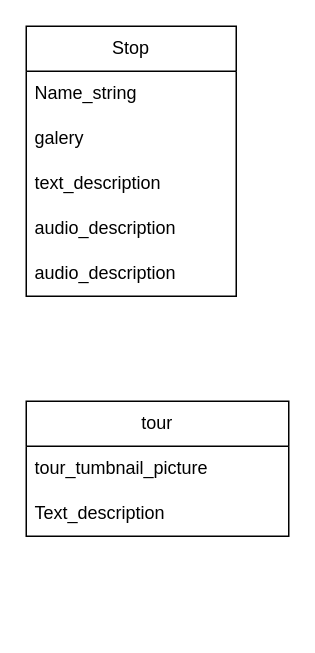
Earlier version of the draw.io diagram Program documentation description/class_diagram.dio (MateoCorDuarte/Happy_Walking_Tour_App). Source tidied: cells renumbered, new cells numbered last; positions are measured from the earlier drawing's top-left corner, leaving out a move shared by most shapes. Both pictures are drawn from the tidied source at 150%, with x=0, y=0 at pixel (26, 26).
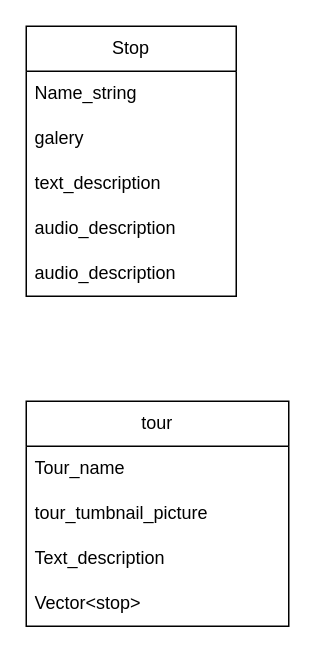
Above is the later version.

Change to the diagram source:
```diff
@@
 <mxGraphModel>
   <root>
     <mxCell id="0" />
     <mxCell id="1" parent="0" />
     <mxCell id="2" value="Stop" style="swimlane;fontStyle=0;horizontal=1;startSize=30;whiteSpace=wrap;html=1;" parent="1" vertex="1">
       <mxGeometry width="140" height="180" as="geometry" />
     </mxCell>
     <mxCell id="3" value="Name_string" style="text;strokeColor=none;fillColor=none;align=left;verticalAlign=middle;spacingLeft=4;spacingRight=4;overflow=hidden;whiteSpace=wrap;html=1;" parent="2" vertex="1">
       <mxGeometry y="30" width="140" height="30" as="geometry" />
     </mxCell>
     <mxCell id="4" value="galery" style="text;strokeColor=none;fillColor=none;align=left;verticalAlign=middle;spacingLeft=4;spacingRight=4;overflow=hidden;whiteSpace=wrap;html=1;" parent="2" vertex="1">
       <mxGeometry y="60" width="140" height="30" as="geometry" />
     </mxCell>
     <mxCell id="5" value="text_description" style="text;strokeColor=none;fillColor=none;align=left;verticalAlign=middle;spacingLeft=4;spacingRight=4;overflow=hidden;whiteSpace=wrap;html=1;" parent="2" vertex="1">
       <mxGeometry y="90" width="140" height="30" as="geometry" />
     </mxCell>
     <mxCell id="6" value="audio_description" style="text;strokeColor=none;fillColor=none;align=left;verticalAlign=middle;spacingLeft=4;spacingRight=4;overflow=hidden;whiteSpace=wrap;html=1;" parent="2" vertex="1">
       <mxGeometry y="120" width="140" height="30" as="geometry" />
     </mxCell>
     <mxCell id="7" value="audio_description" style="text;strokeColor=none;fillColor=none;align=left;verticalAlign=middle;spacingLeft=4;spacingRight=4;overflow=hidden;whiteSpace=wrap;html=1;" parent="2" vertex="1">
       <mxGeometry y="150" width="140" height="30" as="geometry" />
     </mxCell>
     <mxCell id="8" value="tour" style="swimlane;fontStyle=0;horizontal=1;startSize=30;whiteSpace=wrap;html=1;" parent="1" vertex="1">
-      <mxGeometry y="250" width="175" height="90" as="geometry" />
+      <mxGeometry y="250" width="175" height="150" as="geometry" />
     </mxCell>
-    <mxCell id="9" value="tour_tumbnail_picture" style="text;strokeColor=none;fillColor=none;align=left;verticalAlign=middle;spacingLeft=4;spacingRight=4;overflow=hidden;whiteSpace=wrap;html=1;" parent="8" vertex="1">
+    <mxCell id="9" value="Tour_name" style="text;strokeColor=none;fillColor=none;align=left;verticalAlign=middle;spacingLeft=4;spacingRight=4;overflow=hidden;whiteSpace=wrap;html=1;" parent="8" vertex="1">
       <mxGeometry y="30" width="175" height="30" as="geometry" />
     </mxCell>
-    <mxCell id="10" value="Text_description" style="text;strokeColor=none;fillColor=none;align=left;verticalAlign=middle;spacingLeft=4;spacingRight=4;overflow=hidden;whiteSpace=wrap;html=1;" parent="8" vertex="1">
+    <mxCell id="10" value="&lt;span style=&quot;color: rgb(0, 0, 0);&quot;&gt;tour_tumbnail_picture&lt;/span&gt;" style="text;strokeColor=none;fillColor=none;align=left;verticalAlign=middle;spacingLeft=4;spacingRight=4;overflow=hidden;whiteSpace=wrap;html=1;" parent="8" vertex="1">
       <mxGeometry y="60" width="175" height="30" as="geometry" />
     </mxCell>
+    <mxCell id="11" value="Text_description" style="text;strokeColor=none;fillColor=none;align=left;verticalAlign=middle;spacingLeft=4;spacingRight=4;overflow=hidden;whiteSpace=wrap;html=1;" parent="8" vertex="1">
+      <mxGeometry y="90" width="175" height="30" as="geometry" />
+    </mxCell>
+    <mxCell id="12" value="Vector&amp;lt;stop&amp;gt;" style="text;strokeColor=none;fillColor=none;align=left;verticalAlign=middle;spacingLeft=4;spacingRight=4;overflow=hidden;whiteSpace=wrap;html=1;" parent="8" vertex="1">
+      <mxGeometry y="120" width="175" height="30" as="geometry" />
+    </mxCell>
   </root>
 </mxGraphModel>
```
